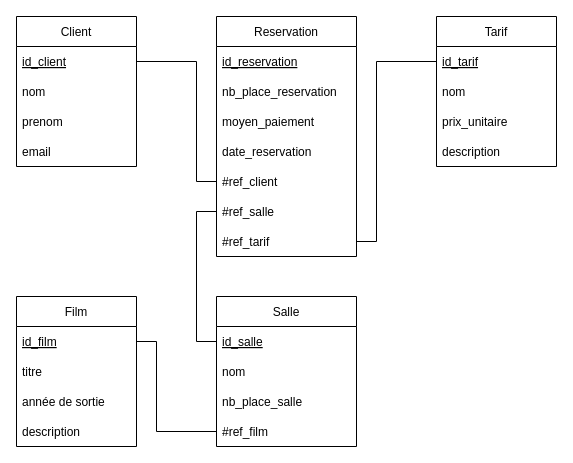
Above: BaseDeDonnee/MLD/MLD KUT-Cinema.drawio in Arviik/KUT-Cinema (draw.io), before the change. Source tidied: cells renumbered, new cells numbered last; positions are measured from the earlier drawing's top-left corner, leaving out a move shared by most shapes. Both pictures are drawn from the tidied source at 100%, with x=0, y=0 at pixel (16, 16).
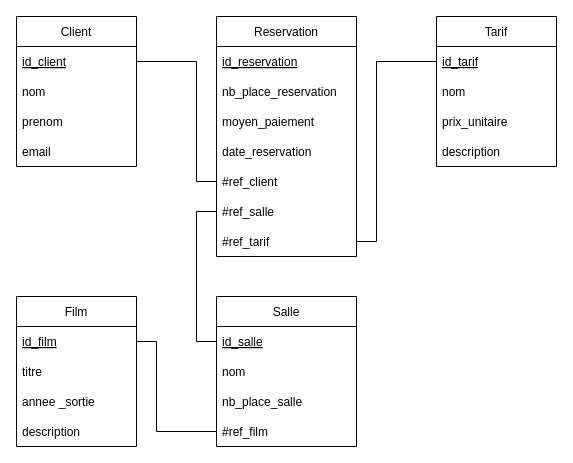
The same page after the edit.

The change refers to these unchanged cells:
```xml
<mxCell id="17" value="Film" style="swimlane;fontStyle=0;horizontal=1;startSize=30;" parent="1" vertex="1">
  <mxGeometry y="280" width="120" height="150" as="geometry" />
</mxCell>
```

The edit, as a diff of the source:
```diff
@@
-    <mxCell id="20" value="année de sortie" style="text;strokeColor=none;fillColor=none;align=left;verticalAlign=middle;spacingLeft=4;spacingRight=4;overflow=hidden;" parent="17" vertex="1">
+    <mxCell id="20" value="annee _sortie" style="text;strokeColor=none;fillColor=none;align=left;verticalAlign=middle;spacingLeft=4;spacingRight=4;overflow=hidden;" parent="17" vertex="1">
       <mxGeometry y="90" width="120" height="30" as="geometry" />
     </mxCell>
```
